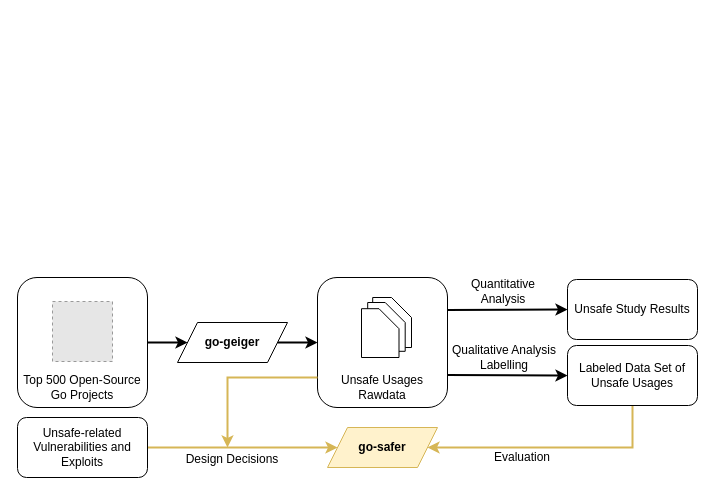
The draw.io diagram thesis/assets/figures/chapter5/outline5.drawio in jlauinger/master-of-science, before the edit. Source tidied: cells renumbered, new cells numbered last; positions are measured from the earlier drawing's top-left corner, leaving out a move shared by most shapes. Both pictures are drawn from the tidied source at 100%, with x=0, y=0 at pixel (17, 277). Pictures stored in the file or linked from it are replaced by grey dashed boxes.
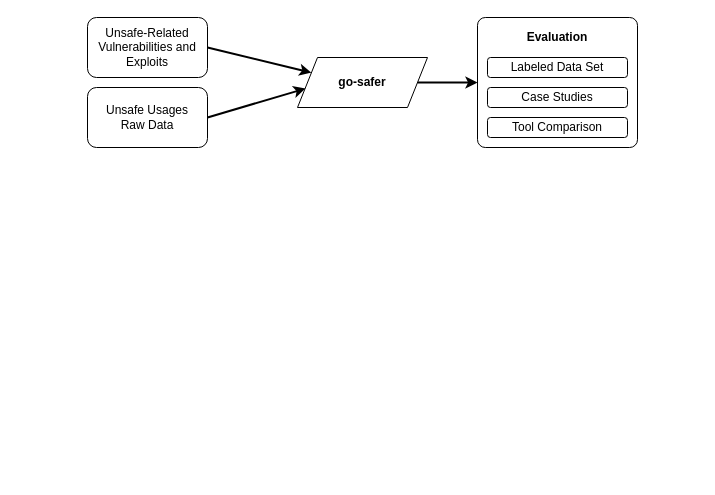
The same page after the edit.

Change to the diagram source:
```diff
@@
-    <mxCell id="2" style="edgeStyle=orthogonalEdgeStyle;rounded=0;jettySize=auto;html=1;exitX=1;exitY=0.5;exitDx=0;exitDy=0;entryX=0;entryY=0.5;entryDx=0;entryDy=0;strokeWidth=2;" parent="1" edge="1" source="3" target="11">
-      <mxGeometry relative="1" as="geometry" />
-    </mxCell>
-    <mxCell id="3" value="&lt;b&gt;go-geiger&lt;/b&gt;" style="shape=parallelogram;perimeter=parallelogramPerimeter;whiteSpace=wrap;html=1;fixedSize=1;" parent="1" vertex="1">
-      <mxGeometry x="160" y="45" width="110" height="40" as="geometry" />
-    </mxCell>
+    <mxCell id="29" style="edgeStyle=orthogonalEdgeStyle;rounded=0;jettySize=auto;html=1;exitX=1;exitY=0.5;exitDx=0;exitDy=0;entryX=0;entryY=0.5;entryDx=0;entryDy=0;strokeWidth=2;" parent="1" edge="1" source="4" target="34">
+      <mxGeometry relative="1" as="geometry" />
+    </mxCell>
-    <mxCell id="4" value="&lt;b&gt;go-safer&lt;/b&gt;" style="shape=parallelogram;perimeter=parallelogramPerimeter;whiteSpace=wrap;html=1;fixedSize=1;fillColor=#fff2cc;strokeColor=#d6b656;" parent="1" vertex="1">
-      <mxGeometry x="310" y="150" width="110" height="40" as="geometry" />
+    <mxCell id="4" value="&lt;b&gt;go-safer&lt;/b&gt;" style="shape=parallelogram;perimeter=parallelogramPerimeter;whiteSpace=wrap;html=1;fixedSize=1;" parent="1" vertex="1">
+      <mxGeometry x="280" y="-220" width="130" height="50" as="geometry" />
     </mxCell>
-    <mxCell id="5" style="edgeStyle=none;rounded=0;jettySize=auto;html=1;exitX=1;exitY=0.5;exitDx=0;exitDy=0;entryX=0;entryY=0.5;entryDx=0;entryDy=0;strokeWidth=2;fillColor=#fff2cc;strokeColor=#d6b656;" parent="1" edge="1" source="6" target="4">
-      <mxGeometry relative="1" as="geometry" />
-    </mxCell>
-    <mxCell id="6" value="Unsafe-related Vulnerabilities and Exploits" style="rounded=1;whiteSpace=wrap;html=1;" parent="1" vertex="1">
-      <mxGeometry y="140" width="130" height="60" as="geometry" />
-    </mxCell>
-    <mxCell id="7" style="edgeStyle=orthogonalEdgeStyle;rounded=0;jettySize=auto;html=1;exitX=0.5;exitY=1;exitDx=0;exitDy=0;entryX=1;entryY=0.5;entryDx=0;entryDy=0;strokeWidth=2;fillColor=#fff2cc;strokeColor=#d6b656;" parent="1" edge="1" source="8" target="4">
-      <mxGeometry relative="1" as="geometry">
-        <Array as="points">
-          <mxPoint x="615" y="170" />
-        </Array>
-      </mxGeometry>
-    </mxCell>
-    <mxCell id="8" value="Labeled Data Set of Unsafe Usages" style="rounded=1;whiteSpace=wrap;html=1;" parent="1" vertex="1">
-      <mxGeometry x="550" y="68" width="130" height="60" as="geometry" />
-    </mxCell>
-    <mxCell id="9" value="Unsafe Study Results" style="rounded=1;whiteSpace=wrap;html=1;" parent="1" vertex="1">
-      <mxGeometry x="550" y="2" width="130" height="60" as="geometry" />
-    </mxCell>
-    <mxCell id="10" style="group;" parent="1" vertex="1">
-      <mxGeometry x="300" width="130" height="130" as="geometry" />
-    </mxCell>
-    <mxCell id="11" style="rounded=1;whiteSpace=wrap;html=1;" parent="10" vertex="1">
-      <mxGeometry width="130" height="130" as="geometry" />
-    </mxCell>
-    <mxCell id="12" value="Unsafe Usages Rawdata" style="text;html=1;strokeColor=none;fillColor=none;align=center;verticalAlign=middle;whiteSpace=wrap;rounded=0;" parent="10" vertex="1">
-      <mxGeometry y="100" width="130" height="20" as="geometry" />
-    </mxCell>
-    <mxCell id="13" style="group;" parent="10" vertex="1">
-      <mxGeometry x="44" y="20" width="50" height="60" as="geometry" />
-    </mxCell>
-    <mxCell id="14" style="shape=card;whiteSpace=wrap;html=1;size=20;flipH=1;" parent="13" vertex="1">
-      <mxGeometry x="11.2" width="38.8" height="50" as="geometry" />
-    </mxCell>
-    <mxCell id="15" style="shape=card;whiteSpace=wrap;html=1;size=20;flipH=1;" parent="13" vertex="1">
-      <mxGeometry x="6.2" y="5" width="37.5" height="48.8" as="geometry" />
-    </mxCell>
-    <mxCell id="16" style="shape=card;whiteSpace=wrap;html=1;size=20;flipH=1;" parent="13" vertex="1">
-      <mxGeometry y="11.2" width="37.5" height="48.8" as="geometry" />
-    </mxCell>
-    <mxCell id="17" style="rounded=0;jettySize=auto;html=1;exitX=1;exitY=0.25;exitDx=0;exitDy=0;entryX=0;entryY=0.5;entryDx=0;entryDy=0;strokeWidth=2;" parent="1" edge="1" source="11" target="9">
-      <mxGeometry relative="1" as="geometry" />
-    </mxCell>
-    <mxCell id="18" style="edgeStyle=none;rounded=0;jettySize=auto;html=1;exitX=1;exitY=0.75;exitDx=0;exitDy=0;entryX=0;entryY=0.5;entryDx=0;entryDy=0;strokeWidth=2;" parent="1" edge="1" source="11" target="8">
-      <mxGeometry relative="1" as="geometry" />
-    </mxCell>
-    <mxCell id="19" value="Quantitative Analysis" style="text;html=1;strokeColor=none;fillColor=none;align=center;verticalAlign=middle;whiteSpace=wrap;rounded=0;" parent="1" vertex="1">
-      <mxGeometry x="466" y="4" width="40" height="20" as="geometry" />
-    </mxCell>
-    <mxCell id="20" value="Qualitative Analysis Labelling" style="text;html=1;strokeColor=none;fillColor=none;align=center;verticalAlign=middle;whiteSpace=wrap;rounded=0;" parent="1" vertex="1">
-      <mxGeometry x="432" y="70" width="110" height="20" as="geometry" />
-    </mxCell>
-    <mxCell id="21" style="edgeStyle=orthogonalEdgeStyle;rounded=0;jettySize=auto;html=1;exitX=0;exitY=0;exitDx=0;exitDy=0;strokeWidth=2;fillColor=#fff2cc;strokeColor=#d6b656;" parent="1" edge="1" source="12">
-      <mxGeometry relative="1" as="geometry">
-        <mxPoint x="210" y="170" as="targetPoint" />
-        <Array as="points">
-          <mxPoint x="210" y="100" />
-        </Array>
-      </mxGeometry>
-    </mxCell>
-    <mxCell id="22" value="Design Decisions" style="text;html=1;strokeColor=none;fillColor=none;align=center;verticalAlign=middle;whiteSpace=wrap;rounded=0;" parent="1" vertex="1">
-      <mxGeometry x="140" y="172" width="150" height="20" as="geometry" />
-    </mxCell>
+    <mxCell id="30" style="rounded=0;jettySize=auto;html=1;exitX=1;exitY=0.5;exitDx=0;exitDy=0;entryX=0;entryY=0.25;entryDx=0;entryDy=0;strokeWidth=2;" parent="1" edge="1" source="31" target="4">
+      <mxGeometry relative="1" as="geometry" />
+    </mxCell>
+    <mxCell id="31" value="Unsafe-Related&lt;br&gt;Vulnerabilities and&lt;br&gt;Exploits" style="rounded=1;whiteSpace=wrap;html=1;" parent="1" vertex="1">
+      <mxGeometry x="70" y="-260" width="120" height="60" as="geometry" />
+    </mxCell>
+    <mxCell id="32" style="rounded=0;jettySize=auto;html=1;exitX=1;exitY=0.5;exitDx=0;exitDy=0;entryX=0.062;entryY=0.62;entryDx=0;entryDy=0;entryPerimeter=0;strokeWidth=2;" parent="1" edge="1" source="33" target="4">
+      <mxGeometry relative="1" as="geometry" />
+    </mxCell>
+    <mxCell id="33" value="Unsafe Usages&lt;br&gt;Raw Data" style="rounded=1;whiteSpace=wrap;html=1;" parent="1" vertex="1">
+      <mxGeometry x="70" y="-190" width="120" height="60" as="geometry" />
+    </mxCell>
+    <mxCell id="34" style="rounded=1;whiteSpace=wrap;html=1;imageWidth=2;arcSize=6;" parent="1" vertex="1">
+      <mxGeometry x="460" y="-260" width="160" height="130" as="geometry" />
+    </mxCell>
-    <mxCell id="23" value="Evaluation" style="text;html=1;strokeColor=none;fillColor=none;align=center;verticalAlign=middle;whiteSpace=wrap;rounded=0;" parent="1" vertex="1">
-      <mxGeometry x="430" y="170" width="150" height="20" as="geometry" />
+    <mxCell id="23" value="&lt;b&gt;Evaluation&lt;/b&gt;" style="text;html=1;strokeColor=none;fillColor=none;align=center;verticalAlign=middle;whiteSpace=wrap;rounded=0;" parent="1" vertex="1">
+      <mxGeometry x="460" y="-250" width="160" height="20" as="geometry" />
     </mxCell>
-    <mxCell id="24" style="group;" parent="1" vertex="1">
-      <mxGeometry width="130" height="130" as="geometry" />
-    </mxCell>
-    <mxCell id="25" style="rounded=1;whiteSpace=wrap;html=1;" parent="24" vertex="1">
-      <mxGeometry width="130" height="130" as="geometry" />
-    </mxCell>
-    <mxCell id="26" value="Top 500 Open-Source&lt;br&gt;Go Projects" style="text;html=1;strokeColor=none;fillColor=none;align=center;verticalAlign=middle;whiteSpace=wrap;rounded=0;" parent="24" vertex="1">
-      <mxGeometry y="100" width="130" height="20" as="geometry" />
-    </mxCell>
-    <mxCell id="27" style="fillColor=#E6E6E6;strokeColor=#999999;dashed=1;verticalLabelPosition=bottom;labelBackgroundColor=#ffffff;verticalAlign=top;" parent="24" vertex="1">
-      <mxGeometry x="35" y="24" width="60" height="60" as="geometry" />
-    </mxCell>
-    <mxCell id="28" style="edgeStyle=orthogonalEdgeStyle;rounded=0;jettySize=auto;html=1;exitX=1;exitY=0.5;exitDx=0;exitDy=0;entryX=0;entryY=0.5;entryDx=0;entryDy=0;strokeWidth=2;" parent="1" edge="1" source="25" target="3">
-      <mxGeometry relative="1" as="geometry" />
-    </mxCell>
+    <mxCell id="35" value="Labeled Data Set" style="rounded=1;whiteSpace=wrap;html=1;" parent="1" vertex="1">
+      <mxGeometry x="470" y="-220" width="140" height="20" as="geometry" />
+    </mxCell>
+    <mxCell id="36" value="Case Studies" style="rounded=1;whiteSpace=wrap;html=1;" parent="1" vertex="1">
+      <mxGeometry x="470" y="-190" width="140" height="20" as="geometry" />
+    </mxCell>
+    <mxCell id="37" value="Tool Comparison" style="rounded=1;whiteSpace=wrap;html=1;" parent="1" vertex="1">
+      <mxGeometry x="470" y="-160" width="140" height="20" as="geometry" />
+    </mxCell>
```
